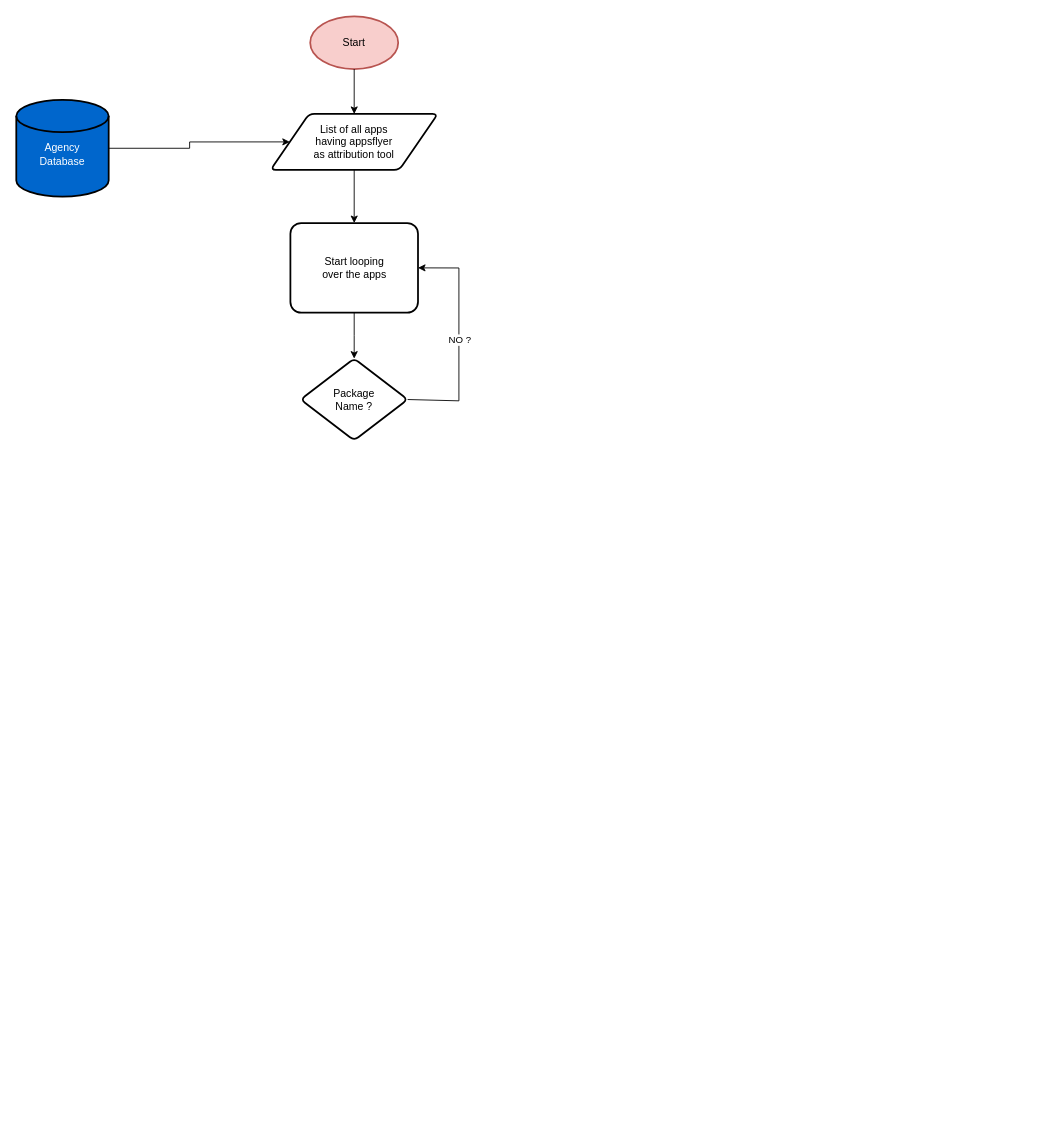
The draw.io diagram DetectAndDeleteDuplicateFiles/Untitled Diagram.drawio in aadil494/youtube, before the edit. Source tidied: cells renumbered, new cells numbered last; positions are measured from the earlier drawing's top-left corner, leaving out a move shared by most shapes. Both pictures are drawn from the tidied source at 88%, with x=0, y=0 at pixel (16, 16).
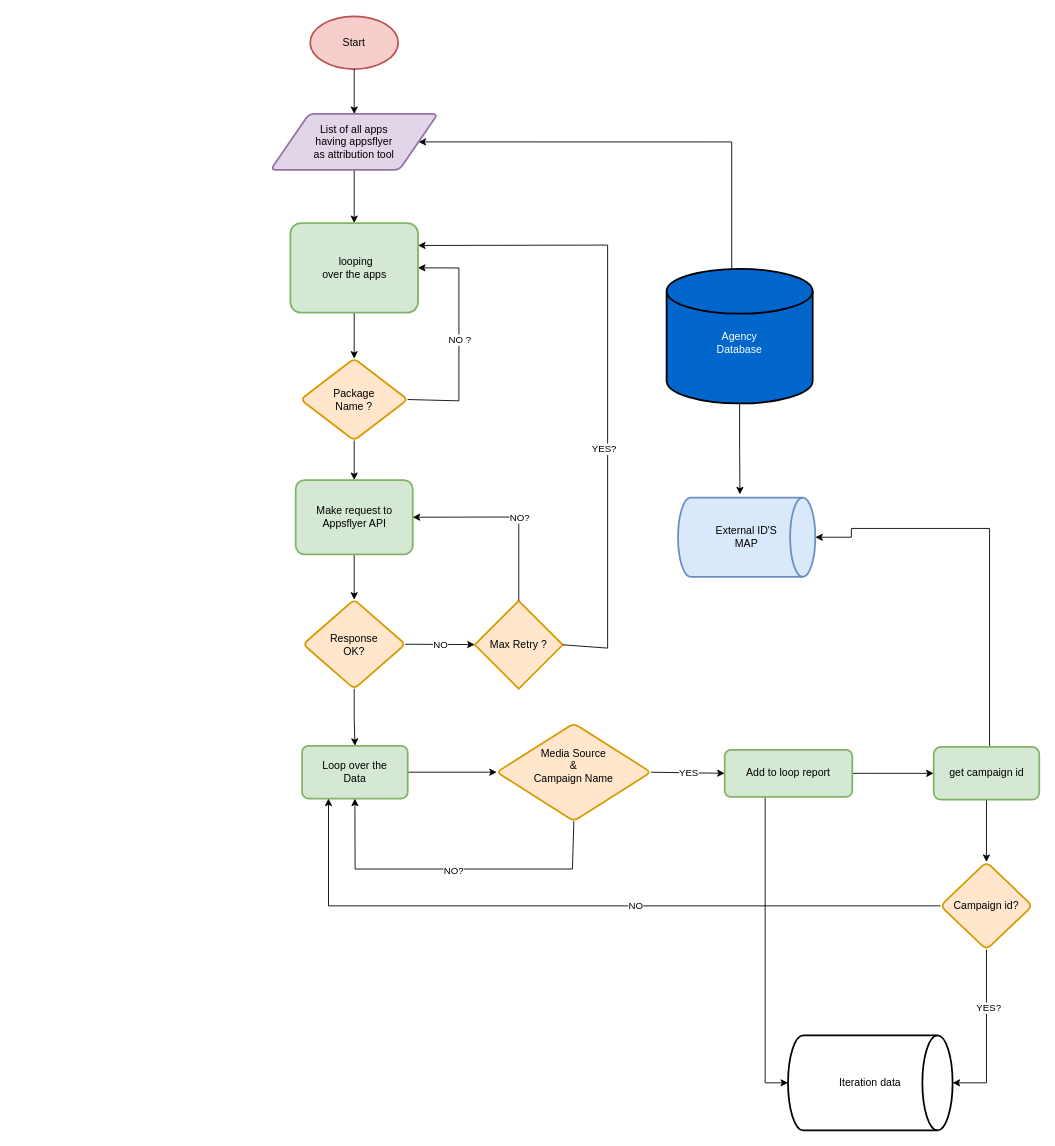
The same page after the edit.

The edit, as a diff of the source:
```diff
@@
-    <mxCell id="4" style="edgeStyle=orthogonalEdgeStyle;rounded=0;jettySize=auto;html=1;exitX=1;exitY=0.5;exitDx=0;exitDy=0;exitPerimeter=0;entryX=0;entryY=0.5;entryDx=0;entryDy=0;" parent="1" edge="1" source="5" target="7">
-      <mxGeometry relative="1" as="geometry" />
+    <mxCell id="4" style="edgeStyle=orthogonalEdgeStyle;rounded=0;jettySize=auto;html=1;entryX=1;entryY=0.5;entryDx=0;entryDy=0;exitX=0.452;exitY=0.331;exitDx=0;exitDy=0;exitPerimeter=0;" parent="1" edge="1" source="5" target="7">
+      <mxGeometry relative="1" as="geometry">
+        <Array as="points">
+          <mxPoint x="813" y="143" />
+        </Array>
+      </mxGeometry>
     </mxCell>
+    <mxCell id="13" style="edgeStyle=orthogonalEdgeStyle;rounded=0;jettySize=auto;html=1;entryX=0.451;entryY=-0.041;entryDx=0;entryDy=0;entryPerimeter=0;" parent="1" edge="1" source="5" target="33">
+      <mxGeometry relative="1" as="geometry" />
+    </mxCell>
     <mxCell id="5" value="&lt;div&gt;&lt;font color=&quot;#ffffff&quot;&gt;&lt;br&gt;&lt;/font&gt;&lt;/div&gt;&lt;div&gt;&lt;font color=&quot;#ffffff&quot;&gt;Agency &lt;br&gt;&lt;/font&gt;&lt;/div&gt;&lt;div&gt;&lt;font color=&quot;#ffffff&quot;&gt;Database&lt;br&gt;&lt;/font&gt;&lt;/div&gt;" style="strokeWidth=2;html=1;shape=mxgraph.flowchart.database;whiteSpace=wrap;fillColor=#0066CC;" parent="1" vertex="1">
-      <mxGeometry y="95" width="105" height="110" as="geometry" />
+      <mxGeometry x="739" y="287" width="166" height="153" as="geometry" />
     </mxCell>
@@
-    <mxCell id="7" value="&lt;div&gt;List of all apps&lt;/div&gt;&lt;div&gt;having appsflyer&lt;/div&gt;&lt;div&gt;as attribution tool&lt;br&gt;&lt;/div&gt;" style="shape=parallelogram;html=1;strokeWidth=2;perimeter=parallelogramPerimeter;whiteSpace=wrap;rounded=1;arcSize=12;size=0.23;" parent="1" vertex="1">
+    <mxCell id="7" value="&lt;div&gt;List of all apps&lt;/div&gt;&lt;div&gt;having appsflyer&lt;/div&gt;&lt;div&gt;as attribution tool&lt;br&gt;&lt;/div&gt;" style="shape=parallelogram;html=1;strokeWidth=2;perimeter=parallelogramPerimeter;whiteSpace=wrap;rounded=1;arcSize=12;size=0.23;fillColor=#e1d5e7;strokeColor=#9673a6;" parent="1" vertex="1">
       <mxGeometry x="289" y="111" width="190" height="63.5" as="geometry" />
     </mxCell>
@@
-    <mxCell id="9" value="&lt;div&gt;Start looping &lt;br&gt;&lt;/div&gt;&lt;div&gt;over the apps&lt;br&gt;&lt;/div&gt;" style="whiteSpace=wrap;html=1;strokeWidth=2;rounded=1;arcSize=12;" parent="1" vertex="1">
+    <mxCell id="9" value="&lt;div&gt;&amp;nbsp;looping &lt;br&gt;&lt;/div&gt;&lt;div&gt;over the apps&lt;br&gt;&lt;/div&gt;" style="whiteSpace=wrap;html=1;strokeWidth=2;rounded=1;arcSize=12;fillColor=#d5e8d4;strokeColor=#82b366;" parent="1" vertex="1">
       <mxGeometry x="311.5" y="235" width="145" height="101.8" as="geometry" />
     </mxCell>
+    <mxCell id="14" style="edgeStyle=orthogonalEdgeStyle;rounded=0;jettySize=auto;html=1;" parent="1" edge="1" source="10" target="16">
+      <mxGeometry relative="1" as="geometry" />
+    </mxCell>
-    <mxCell id="10" value="&lt;div&gt;Package &lt;br&gt;&lt;/div&gt;&lt;div&gt;Name ?&lt;br&gt;&lt;/div&gt;" style="rhombus;whiteSpace=wrap;html=1;strokeWidth=2;rounded=1;arcSize=12;" parent="1" vertex="1">
+    <mxCell id="10" value="&lt;div&gt;Package &lt;br&gt;&lt;/div&gt;&lt;div&gt;Name ?&lt;br&gt;&lt;/div&gt;" style="rhombus;whiteSpace=wrap;html=1;strokeWidth=2;rounded=1;arcSize=12;fillColor=#ffe6cc;strokeColor=#d79b00;" parent="1" vertex="1">
       <mxGeometry x="323.2" y="389" width="121.5" height="93" as="geometry" />
     </mxCell>
@@
+    <mxCell id="15" style="edgeStyle=orthogonalEdgeStyle;rounded=0;jettySize=auto;html=1;" parent="1" edge="1" source="16" target="18">
+      <mxGeometry relative="1" as="geometry" />
+    </mxCell>
+    <mxCell id="16" value="&lt;div&gt;Make request to&lt;/div&gt;&lt;div&gt;Appsflyer API&lt;br&gt;&lt;/div&gt;" style="whiteSpace=wrap;html=1;fillColor=#d5e8d4;strokeColor=#82b366;strokeWidth=2;rounded=1;arcSize=12;" parent="1" vertex="1">
+      <mxGeometry x="317.5" y="527" width="133" height="84.5" as="geometry" />
+    </mxCell>
+    <mxCell id="17" style="edgeStyle=orthogonalEdgeStyle;rounded=0;jettySize=auto;html=1;" parent="1" edge="1" source="18" target="27">
+      <mxGeometry relative="1" as="geometry" />
+    </mxCell>
+    <mxCell id="18" value="&lt;div&gt;Response&lt;/div&gt;&lt;div&gt;OK?&lt;br&gt;&lt;/div&gt;" style="rhombus;whiteSpace=wrap;html=1;fillColor=#ffe6cc;strokeColor=#d79b00;strokeWidth=2;rounded=1;arcSize=12;" parent="1" vertex="1">
+      <mxGeometry x="326" y="663" width="116" height="101.2" as="geometry" />
+    </mxCell>
+    <mxCell id="19" style="endArrow=classic;html=1;rounded=0;exitX=1;exitY=0.5;exitDx=0;exitDy=0;" parent="1" edge="1" source="18" target="21">
+      <mxGeometry relative="1" as="geometry" />
+    </mxCell>
+    <mxCell id="20" value="NO" style="edgeLabel;html=1;align=center;verticalAlign=middle;" parent="19" vertex="1">
+      <mxGeometry relative="1" as="geometry" />
+    </mxCell>
+    <mxCell id="21" value="Max Retry ?" style="strokeWidth=2;html=1;shape=mxgraph.flowchart.decision;whiteSpace=wrap;fillColor=#ffe6cc;strokeColor=#d79b00;" parent="1" vertex="1">
+      <mxGeometry x="521" y="664.2" width="100" height="100" as="geometry" />
+    </mxCell>
+    <mxCell id="22" style="endArrow=classic;html=1;rounded=0;entryX=1;entryY=0.5;entryDx=0;entryDy=0;exitX=0.5;exitY=0;exitDx=0;exitDy=0;exitPerimeter=0;" parent="1" edge="1" source="21" target="16">
+      <mxGeometry relative="1" as="geometry">
+        <Array as="points">
+          <mxPoint x="571" y="569" />
+        </Array>
+      </mxGeometry>
+    </mxCell>
+    <mxCell id="23" value="NO?" style="edgeLabel;html=1;align=center;verticalAlign=middle;" parent="22" vertex="1">
+      <mxGeometry relative="1" as="geometry">
+        <mxPoint x="13" as="offset" />
+      </mxGeometry>
+    </mxCell>
+    <mxCell id="24" style="endArrow=classic;html=1;rounded=0;entryX=1;entryY=0.25;entryDx=0;entryDy=0;exitX=1;exitY=0.5;exitDx=0;exitDy=0;exitPerimeter=0;" parent="1" edge="1" source="21" target="9">
+      <mxGeometry relative="1" as="geometry">
+        <Array as="points">
+          <mxPoint x="672" y="718" />
+          <mxPoint x="672" y="260" />
+        </Array>
+      </mxGeometry>
+    </mxCell>
+    <mxCell id="25" value="YES?" style="edgeLabel;html=1;align=center;verticalAlign=middle;" parent="24" vertex="1">
+      <mxGeometry relative="1" as="geometry">
+        <mxPoint x="-5" y="84" as="offset" />
+      </mxGeometry>
+    </mxCell>
+    <mxCell id="26" style="edgeStyle=orthogonalEdgeStyle;rounded=0;jettySize=auto;html=1;" parent="1" edge="1" source="27" target="28">
+      <mxGeometry relative="1" as="geometry" />
+    </mxCell>
+    <mxCell id="27" value="&lt;div&gt;Loop over the&lt;/div&gt;&lt;div&gt;Data &lt;br&gt;&lt;/div&gt;" style="whiteSpace=wrap;html=1;fillColor=#d5e8d4;strokeColor=#82b366;strokeWidth=2;rounded=1;arcSize=12;" parent="1" vertex="1">
+      <mxGeometry x="324.8" y="829" width="120" height="60" as="geometry" />
+    </mxCell>
+    <mxCell id="28" value="&lt;div&gt;Media Source&lt;/div&gt;&lt;div&gt;&amp;amp; &lt;br&gt;&lt;/div&gt;&lt;div&gt;Campaign Name&lt;br&gt;&lt;/div&gt;&lt;div&gt;&lt;br&gt;&lt;/div&gt;" style="rhombus;whiteSpace=wrap;html=1;fillColor=#ffe6cc;strokeColor=#d79b00;strokeWidth=2;rounded=1;arcSize=12;" parent="1" vertex="1">
+      <mxGeometry x="546" y="803.5" width="175.2" height="111" as="geometry" />
+    </mxCell>
+    <mxCell id="29" style="endArrow=classic;html=1;rounded=0;exitX=1;exitY=0.5;exitDx=0;exitDy=0;entryX=0;entryY=0.5;entryDx=0;entryDy=0;" parent="1" edge="1" source="28" target="37">
+      <mxGeometry relative="1" as="geometry" />
+    </mxCell>
+    <mxCell id="30" value="YES" style="edgeLabel;html=1;align=center;verticalAlign=middle;" parent="29" vertex="1">
+      <mxGeometry relative="1" as="geometry" />
+    </mxCell>
+    <mxCell id="31" style="endArrow=classic;html=1;rounded=0;exitX=0.5;exitY=1;exitDx=0;exitDy=0;entryX=0.5;entryY=1;entryDx=0;entryDy=0;" parent="1" edge="1" source="28" target="27">
+      <mxGeometry relative="1" as="geometry">
+        <Array as="points">
+          <mxPoint x="632" y="969" />
+          <mxPoint x="385" y="969" />
+        </Array>
+      </mxGeometry>
+    </mxCell>
+    <mxCell id="32" value="NO?" style="edgeLabel;html=1;align=center;verticalAlign=middle;" parent="31" vertex="1">
+      <mxGeometry relative="1" as="geometry">
+        <mxPoint x="1" y="1" as="offset" />
+      </mxGeometry>
+    </mxCell>
+    <mxCell id="33" value="&lt;div&gt;External ID'S &lt;br&gt;&lt;/div&gt;&lt;div&gt;MAP&lt;br&gt;&lt;/div&gt;" style="strokeWidth=2;html=1;shape=mxgraph.flowchart.direct_data;whiteSpace=wrap;fillColor=#dae8fc;strokeColor=#6c8ebf;" parent="1" vertex="1">
+      <mxGeometry x="752" y="547" width="156" height="90" as="geometry" />
+    </mxCell>
+    <mxCell id="34" value="Iteration data" style="strokeWidth=2;html=1;shape=mxgraph.flowchart.direct_data;whiteSpace=wrap;" parent="1" vertex="1">
+      <mxGeometry x="877" y="1158" width="187" height="108" as="geometry" />
+    </mxCell>
+    <mxCell id="35" style="edgeStyle=orthogonalEdgeStyle;rounded=0;jettySize=auto;html=1;" parent="1" edge="1" source="37" target="34">
+      <mxGeometry relative="1" as="geometry">
+        <Array as="points">
+          <mxPoint x="851" y="1212" />
+        </Array>
+      </mxGeometry>
+    </mxCell>
+    <mxCell id="36" style="edgeStyle=orthogonalEdgeStyle;rounded=0;jettySize=auto;html=1;" parent="1" edge="1" source="37" target="40">
+      <mxGeometry relative="1" as="geometry" />
+    </mxCell>
+    <mxCell id="37" value="Add to loop report" style="rounded=1;whiteSpace=wrap;html=1;absoluteArcSize=1;arcSize=14;strokeWidth=2;fillColor=#d5e8d4;strokeColor=#82b366;" parent="1" vertex="1">
+      <mxGeometry x="805" y="833.5" width="145" height="53.5" as="geometry" />
+    </mxCell>
+    <mxCell id="38" style="edgeStyle=orthogonalEdgeStyle;rounded=0;jettySize=auto;html=1;entryX=1;entryY=0.5;entryDx=0;entryDy=0;entryPerimeter=0;" parent="1" edge="1" source="40" target="33">
+      <mxGeometry relative="1" as="geometry">
+        <Array as="points">
+          <mxPoint x="1106" y="582" />
+          <mxPoint x="949" y="582" />
+          <mxPoint x="949" y="592" />
+        </Array>
+      </mxGeometry>
+    </mxCell>
+    <mxCell id="39" style="edgeStyle=orthogonalEdgeStyle;rounded=0;jettySize=auto;html=1;" parent="1" edge="1" source="40" target="45">
+      <mxGeometry relative="1" as="geometry" />
+    </mxCell>
+    <mxCell id="40" value="get campaign id" style="whiteSpace=wrap;html=1;rounded=1;arcSize=14;strokeWidth=2;fillColor=#d5e8d4;strokeColor=#82b366;" parent="1" vertex="1">
+      <mxGeometry x="1042.5" y="830.3" width="120" height="60" as="geometry" />
+    </mxCell>
+    <mxCell id="41" style="edgeStyle=orthogonalEdgeStyle;rounded=0;jettySize=auto;html=1;entryX=1;entryY=0.5;entryDx=0;entryDy=0;entryPerimeter=0;" parent="1" edge="1" source="45" target="34">
+      <mxGeometry relative="1" as="geometry" />
+    </mxCell>
+    <mxCell id="42" value="YES?" style="edgeLabel;html=1;align=center;verticalAlign=middle;" parent="41" vertex="1">
+      <mxGeometry x="-0.3" y="2" relative="1" as="geometry" />
+    </mxCell>
+    <mxCell id="43" style="edgeStyle=orthogonalEdgeStyle;rounded=0;jettySize=auto;html=1;entryX=0.25;entryY=1;entryDx=0;entryDy=0;" parent="1" edge="1" source="45" target="27">
+      <mxGeometry relative="1" as="geometry" />
+    </mxCell>
+    <mxCell id="44" value="NO" style="edgeLabel;html=1;align=center;verticalAlign=middle;" parent="43" vertex="1">
+      <mxGeometry x="-0.15" y="-5" relative="1" as="geometry">
+        <mxPoint y="5" as="offset" />
+      </mxGeometry>
+    </mxCell>
+    <mxCell id="45" value="Campaign id?" style="rhombus;whiteSpace=wrap;html=1;rounded=1;arcSize=14;strokeWidth=2;fillColor=#ffe6cc;strokeColor=#d79b00;" parent="1" vertex="1">
+      <mxGeometry x="1050.2" y="961" width="104.5" height="99.7" as="geometry" />
+    </mxCell>
```
